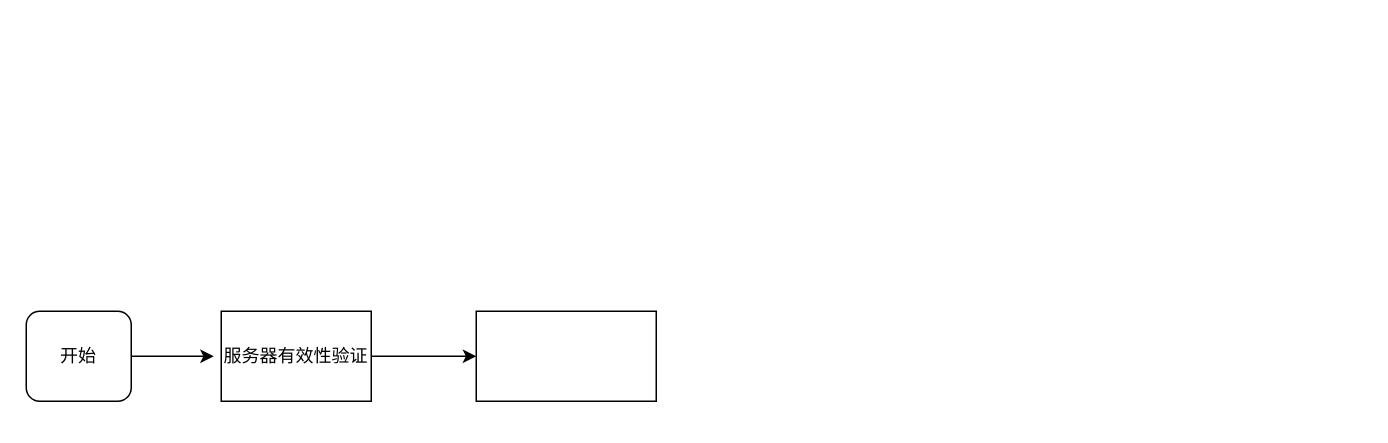
YangDaXia11/my_pic keeps this draw.io diagram as 异步调度模型获取诊断结果.drawio. Above is the earlier version. Source tidied: cells renumbered, new cells numbered last; positions are measured from the earlier drawing's top-left corner, leaving out a move shared by most shapes. Both pictures are drawn from the tidied source at 150%, with x=0, y=0 at pixel (26, 310).
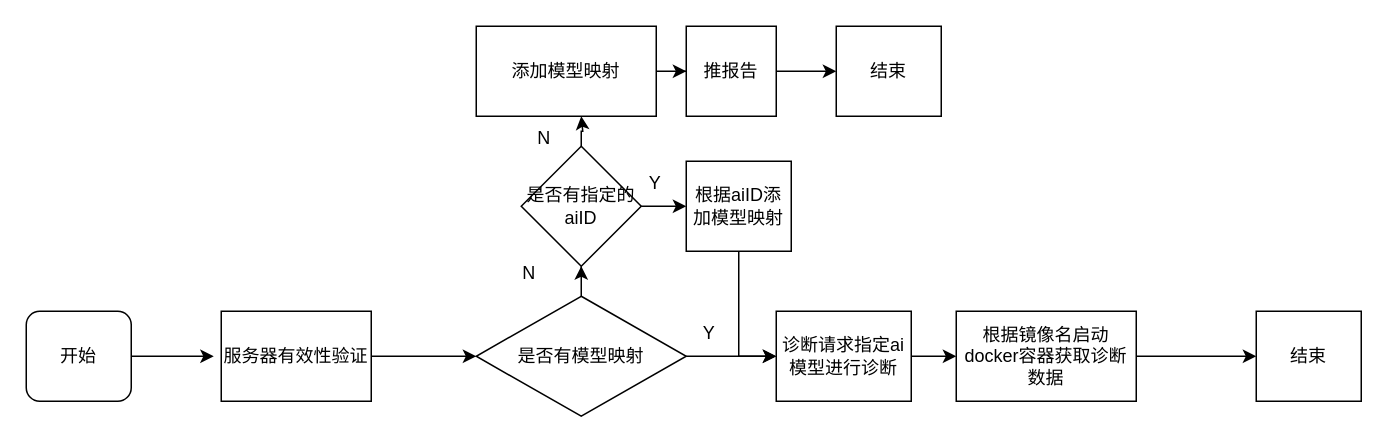
The same diagram, later.

Commit message:
更新异步调度模型获取诊断结果.drawio

The change refers to these unchanged cells:
```xml
<mxCell id="5" value="服务器有效性验证" style="whiteSpace=wrap;html=1;" parent="1" vertex="1">
  <mxGeometry x="130" width="100" height="60" as="geometry" />
</mxCell>
```

The edit, as a diff of the source:
```diff
@@
-    <mxCell id="4" style="edgeStyle=orthogonalEdgeStyle;rounded=0;jettySize=auto;html=1;" parent="1" edge="1" source="5" target="6">
-      <mxGeometry relative="1" as="geometry" />
+    <mxCell id="4" style="edgeStyle=orthogonalEdgeStyle;rounded=0;jettySize=auto;html=1;" parent="1" edge="1" source="5">
+      <mxGeometry relative="1" as="geometry">
+        <mxPoint x="300" y="30" as="targetPoint" />
+      </mxGeometry>
     </mxCell>
@@
-    <mxCell id="6" style="whiteSpace=wrap;html=1;" parent="1" vertex="1">
-      <mxGeometry x="300" width="120" height="60" as="geometry" />
-    </mxCell>
+    <mxCell id="7" style="edgeStyle=orthogonalEdgeStyle;rounded=0;jettySize=auto;html=1;" parent="1" edge="1" source="8" target="28">
+      <mxGeometry relative="1" as="geometry" />
+    </mxCell>
+    <mxCell id="8" value="根据镜像名启动docker容器获取诊断数据" style="whiteSpace=wrap;html=1;" parent="1" vertex="1">
+      <mxGeometry x="620" width="120" height="60" as="geometry" />
+    </mxCell>
+    <mxCell id="9" style="edgeStyle=orthogonalEdgeStyle;rounded=0;jettySize=auto;html=1;entryX=0.5;entryY=1;entryDx=0;entryDy=0;" parent="1" edge="1" source="11" target="15">
+      <mxGeometry relative="1" as="geometry" />
+    </mxCell>
+    <mxCell id="10" style="edgeStyle=orthogonalEdgeStyle;rounded=0;jettySize=auto;html=1;" parent="1" edge="1" source="11" target="26">
+      <mxGeometry relative="1" as="geometry" />
+    </mxCell>
+    <mxCell id="11" value="是否有模型映射" style="rhombus;whiteSpace=wrap;html=1;" parent="1" vertex="1">
+      <mxGeometry x="300" y="-10" width="140" height="80" as="geometry" />
+    </mxCell>
+    <mxCell id="12" value="N" style="text;html=1;align=center;verticalAlign=middle;strokeColor=none;fillColor=none;" parent="1" vertex="1">
+      <mxGeometry x="320" y="-40" width="30" height="30" as="geometry" />
+    </mxCell>
+    <mxCell id="13" style="edgeStyle=orthogonalEdgeStyle;rounded=0;jettySize=auto;html=1;" parent="1" edge="1" source="15" target="17">
+      <mxGeometry relative="1" as="geometry" />
+    </mxCell>
+    <mxCell id="14" style="edgeStyle=orthogonalEdgeStyle;rounded=0;jettySize=auto;html=1;exitX=0.5;exitY=0;exitDx=0;exitDy=0;" parent="1" edge="1" source="15">
+      <mxGeometry relative="1" as="geometry">
+        <mxPoint x="370" y="-130" as="targetPoint" />
+        <Array as="points">
+          <mxPoint x="370" y="-120" />
+          <mxPoint x="371" y="-120" />
+        </Array>
+      </mxGeometry>
+    </mxCell>
+    <mxCell id="15" value="是否有指定的aiID" style="rhombus;whiteSpace=wrap;html=1;" parent="1" vertex="1">
+      <mxGeometry x="330" y="-110" width="80" height="80" as="geometry" />
+    </mxCell>
+    <mxCell id="16" style="edgeStyle=orthogonalEdgeStyle;rounded=0;jettySize=auto;html=1;exitX=0.5;exitY=1;exitDx=0;exitDy=0;entryX=0;entryY=0.5;entryDx=0;entryDy=0;" parent="1" edge="1" source="17" target="26">
+      <mxGeometry relative="1" as="geometry" />
+    </mxCell>
+    <mxCell id="17" value="根据aiID添加模型映射" style="whiteSpace=wrap;html=1;" parent="1" vertex="1">
+      <mxGeometry x="440" y="-100" width="70" height="60" as="geometry" />
+    </mxCell>
+    <mxCell id="18" value="Y" style="text;html=1;align=center;verticalAlign=middle;strokeColor=none;fillColor=none;" parent="1" vertex="1">
+      <mxGeometry x="404" y="-100" width="30" height="30" as="geometry" />
+    </mxCell>
+    <mxCell id="19" style="edgeStyle=orthogonalEdgeStyle;rounded=0;jettySize=auto;html=1;" parent="1" edge="1" source="20" target="23">
+      <mxGeometry relative="1" as="geometry" />
+    </mxCell>
+    <mxCell id="20" value="添加模型映射" style="rounded=0;whiteSpace=wrap;html=1;" parent="1" vertex="1">
+      <mxGeometry x="300" y="-190" width="120" height="60" as="geometry" />
+    </mxCell>
+    <mxCell id="21" value="N" style="text;html=1;align=center;verticalAlign=middle;strokeColor=none;fillColor=none;" parent="1" vertex="1">
+      <mxGeometry x="330" y="-130" width="30" height="30" as="geometry" />
+    </mxCell>
+    <mxCell id="22" style="edgeStyle=orthogonalEdgeStyle;rounded=0;jettySize=auto;html=1;exitX=1;exitY=0.5;exitDx=0;exitDy=0;entryX=0;entryY=0.5;entryDx=0;entryDy=0;" parent="1" edge="1" source="23" target="24">
+      <mxGeometry relative="1" as="geometry" />
+    </mxCell>
+    <mxCell id="23" value="推报告" style="whiteSpace=wrap;html=1;rounded=0;" parent="1" vertex="1">
+      <mxGeometry x="440" y="-190" width="60" height="60" as="geometry" />
+    </mxCell>
+    <mxCell id="24" value="结束" style="whiteSpace=wrap;html=1;" parent="1" vertex="1">
+      <mxGeometry x="540" y="-190" width="70" height="60" as="geometry" />
+    </mxCell>
+    <mxCell id="25" style="edgeStyle=orthogonalEdgeStyle;rounded=0;jettySize=auto;html=1;exitX=1;exitY=0.5;exitDx=0;exitDy=0;entryX=0;entryY=0.5;entryDx=0;entryDy=0;" parent="1" edge="1" source="26" target="8">
+      <mxGeometry relative="1" as="geometry" />
+    </mxCell>
+    <mxCell id="26" value="诊断请求指定ai模型进行诊断" style="whiteSpace=wrap;html=1;" parent="1" vertex="1">
+      <mxGeometry x="500" width="90" height="60" as="geometry" />
+    </mxCell>
+    <mxCell id="27" value="Y" style="text;html=1;align=center;verticalAlign=middle;strokeColor=none;fillColor=none;" parent="1" vertex="1">
+      <mxGeometry x="440" width="30" height="30" as="geometry" />
+    </mxCell>
+    <mxCell id="28" value="结束" style="whiteSpace=wrap;html=1;" parent="1" vertex="1">
+      <mxGeometry x="820" width="70" height="60" as="geometry" />
+    </mxCell>
```
